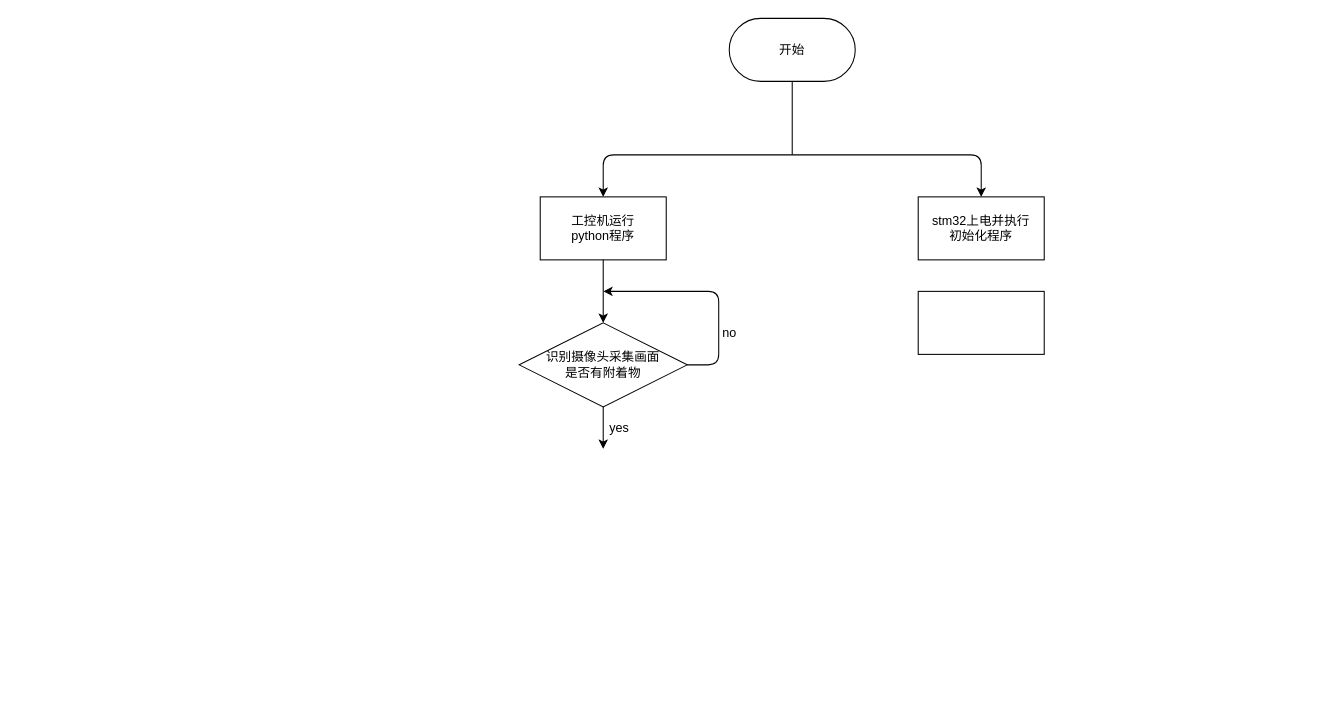
The draw.io diagram Untitled Diagram.drawio in RightTriangle/RightTriangle.github.io, before the edit. Source tidied: cells renumbered, new cells numbered last; positions are measured from the earlier drawing's top-left corner, leaving out a move shared by most shapes. Both pictures are drawn from the tidied source at 105%, with x=0, y=0 at pixel (519, 18).
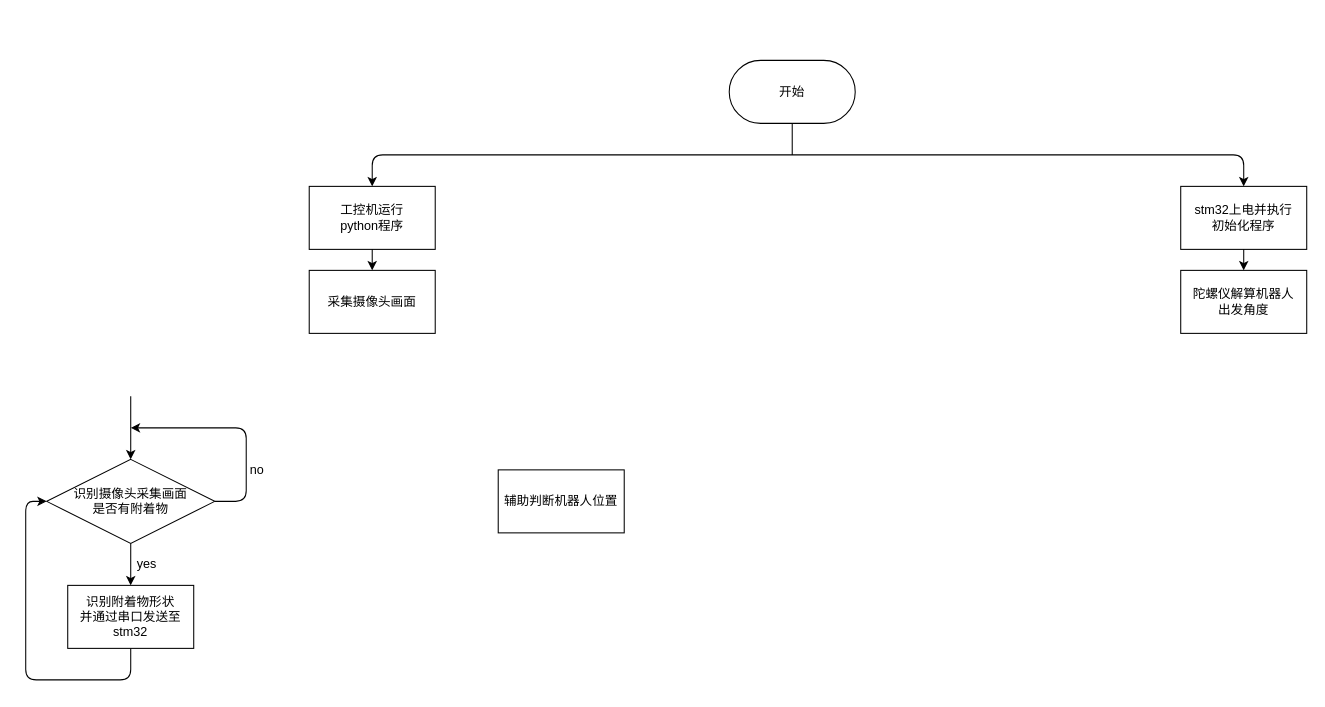
After the change.

What changed in the source:
```diff
@@
     <mxCell id="2" value="开始" style="rounded=1;whiteSpace=wrap;html=1;arcSize=50;" parent="1" vertex="1">
-      <mxGeometry x="200" width="120" height="60" as="geometry" />
+      <mxGeometry x="200" y="40" width="120" height="60" as="geometry" />
     </mxCell>
     <mxCell id="3" value="stm32上电并执行&lt;br&gt;初始化程序" style="rounded=0;whiteSpace=wrap;html=1;" parent="1" vertex="1">
-      <mxGeometry x="380" y="170" width="120" height="60" as="geometry" />
+      <mxGeometry x="630" y="160" width="120" height="60" as="geometry" />
     </mxCell>
     <mxCell id="4" style="endArrow=classic;startArrow=classic;html=1;entryX=0.5;entryY=0;entryDx=0;entryDy=0;exitX=0.5;exitY=0;exitDx=0;exitDy=0;" parent="1" edge="1" source="6" target="3">
       <mxGeometry relative="1" as="geometry">
         <Array as="points">
-          <mxPoint x="80" y="130" />
-          <mxPoint x="440" y="130" />
+          <mxPoint x="-140" y="130" />
+          <mxPoint x="690" y="130" />
         </Array>
       </mxGeometry>
     </mxCell>
@@
     <mxCell id="6" value="工控机运行&lt;br&gt;python程序" style="rounded=0;whiteSpace=wrap;html=1;" parent="1" vertex="1">
-      <mxGeometry x="20" y="170" width="120" height="60" as="geometry" />
+      <mxGeometry x="-200" y="160" width="120" height="60" as="geometry" />
     </mxCell>
-    <mxCell id="7" style="endArrow=classic;html=1;exitX=0.5;exitY=1;exitDx=0;exitDy=0;" parent="1" edge="1" source="6">
-      <mxGeometry relative="1" as="geometry">
-        <mxPoint x="80" y="290" as="targetPoint" />
-      </mxGeometry>
-    </mxCell>
+    <mxCell id="13" value="陀螺仪解算机器人&lt;br&gt;出发角度" style="rounded=0;whiteSpace=wrap;html=1;" parent="1" vertex="1">
+      <mxGeometry x="630" y="240" width="120" height="60" as="geometry" />
+    </mxCell>
+    <mxCell id="14" style="endArrow=classic;html=1;exitX=0.5;exitY=1;exitDx=0;exitDy=0;" parent="1" edge="1">
+      <mxGeometry relative="1" as="geometry">
+        <mxPoint x="-370" y="360" as="sourcePoint" />
+        <mxPoint x="-370" y="420" as="targetPoint" />
+      </mxGeometry>
+    </mxCell>
     <mxCell id="8" value="识别摄像头采集画面&lt;br&gt;是否有附着物" style="rhombus;whiteSpace=wrap;html=1;" parent="1" vertex="1">
-      <mxGeometry y="290" width="160" height="80" as="geometry" />
+      <mxGeometry x="-450" y="420" width="160" height="80" as="geometry" />
     </mxCell>
-    <mxCell id="9" style="endArrow=classic;html=1;" parent="1" edge="1">
-      <mxGeometry relative="1" as="geometry">
-        <mxPoint x="80" y="370" as="sourcePoint" />
-        <mxPoint x="80" y="410" as="targetPoint" />
-      </mxGeometry>
-    </mxCell>
-    <mxCell id="10" style="endArrow=classic;html=1;edgeStyle=orthogonalEdgeStyle;" parent="1" edge="1">
-      <mxGeometry relative="1" as="geometry">
-        <mxPoint x="160" y="330" as="sourcePoint" />
-        <mxPoint x="80" y="260" as="targetPoint" />
-        <Array as="points">
-          <mxPoint x="190" y="330" />
-          <mxPoint x="190" y="260" />
-        </Array>
-      </mxGeometry>
-    </mxCell>
+    <mxCell id="15" style="endArrow=classic;html=1;" parent="1" edge="1">
+      <mxGeometry relative="1" as="geometry">
+        <mxPoint x="-370" y="500" as="sourcePoint" />
+        <mxPoint x="-370" y="540" as="targetPoint" />
+      </mxGeometry>
+    </mxCell>
+    <mxCell id="16" style="endArrow=classic;html=1;edgeStyle=orthogonalEdgeStyle;" parent="1" edge="1">
+      <mxGeometry relative="1" as="geometry">
+        <mxPoint x="-290" y="460" as="sourcePoint" />
+        <mxPoint x="-370" y="390" as="targetPoint" />
+        <Array as="points">
+          <mxPoint x="-260" y="460" />
+          <mxPoint x="-260" y="390" />
+        </Array>
+      </mxGeometry>
+    </mxCell>
     <mxCell id="11" value="no" style="text;html=1;align=center;verticalAlign=middle;strokeColor=none;" parent="1" vertex="1">
-      <mxGeometry x="185" y="290" width="30" height="20" as="geometry" />
+      <mxGeometry x="-265" y="420" width="30" height="20" as="geometry" />
     </mxCell>
     <mxCell id="12" value="yes" style="text;html=1;align=center;verticalAlign=middle;strokeColor=none;" parent="1" vertex="1">
-      <mxGeometry x="80" y="380" width="30" height="20" as="geometry" />
+      <mxGeometry x="-370" y="510" width="30" height="20" as="geometry" />
     </mxCell>
-    <mxCell id="13" style="rounded=0;whiteSpace=wrap;html=1;" parent="1" vertex="1">
-      <mxGeometry x="380" y="260" width="120" height="60" as="geometry" />
-    </mxCell>
+    <mxCell id="17" value="识别附着物形状&lt;br&gt;并通过串口发送至stm32" style="rounded=0;whiteSpace=wrap;html=1;" parent="1" vertex="1">
+      <mxGeometry x="-430" y="540" width="120" height="60" as="geometry" />
+    </mxCell>
+    <mxCell id="18" style="endArrow=classic;html=1;edgeStyle=orthogonalEdgeStyle;entryX=0;entryY=0.5;entryDx=0;entryDy=0;exitX=0.5;exitY=1;exitDx=0;exitDy=0;" parent="1" edge="1" source="17" target="8">
+      <mxGeometry relative="1" as="geometry">
+        <Array as="points">
+          <mxPoint x="-370" y="630" />
+          <mxPoint x="-470" y="630" />
+          <mxPoint x="-470" y="460" />
+        </Array>
+      </mxGeometry>
+    </mxCell>
+    <mxCell id="19" style="endArrow=classic;html=1;entryX=0.5;entryY=0;entryDx=0;entryDy=0;exitX=0.5;exitY=1;exitDx=0;exitDy=0;" parent="1" edge="1" source="6" target="20">
+      <mxGeometry relative="1" as="geometry" />
+    </mxCell>
+    <mxCell id="20" value="采集摄像头画面" style="rounded=0;whiteSpace=wrap;html=1;" parent="1" vertex="1">
+      <mxGeometry x="-200" y="240" width="120" height="60" as="geometry" />
+    </mxCell>
+    <mxCell id="21" value="辅助判断机器人位置" style="rounded=0;whiteSpace=wrap;html=1;" parent="1" vertex="1">
+      <mxGeometry x="-20" y="430" width="120" height="60" as="geometry" />
+    </mxCell>
+    <mxCell id="22" style="endArrow=classic;html=1;entryX=0.5;entryY=0;entryDx=0;entryDy=0;exitX=0.5;exitY=1;exitDx=0;exitDy=0;" parent="1" edge="1" source="3" target="13">
+      <mxGeometry relative="1" as="geometry" />
+    </mxCell>
```
